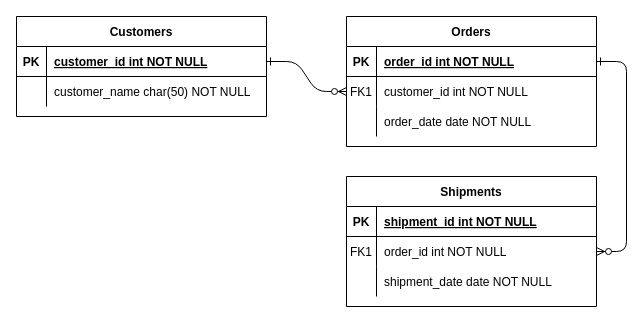
This is models/Untitled Diagram.drawio from alejomartinez8/delilah-resto-api, a draw.io file, before an edit. Source tidied: cells renumbered, new cells numbered last; positions are measured from the earlier drawing's top-left corner, leaving out a move shared by most shapes. Both pictures are drawn from the tidied source at 100%, with x=0, y=0 at pixel (16, 16).
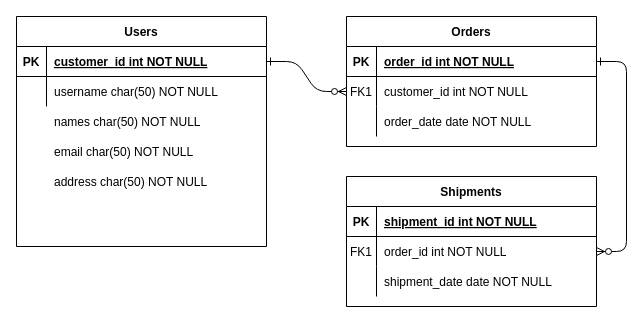
The same page after the edit.

The change refers to these unchanged cells:
```xml
<mxCell id="28" style="shape=partialRectangle;fillColor=none;top=0;left=0;right=0;bottom=0;" parent="24" vertex="1">
  <mxGeometry y="60" width="250" height="30" as="geometry" />
</mxCell>
```

Change to the diagram source:
```diff
@@
-    <mxCell id="24" value="Customers" style="shape=table;startSize=30;childLayout=tableLayout;rowLines=0;fontStyle=1;align=center;" parent="1" vertex="1">
-      <mxGeometry width="250" height="100" as="geometry" />
+    <mxCell id="24" value="Users" style="shape=table;startSize=30;childLayout=tableLayout;rowLines=0;fontStyle=1;align=center;" parent="1" vertex="1">
+      <mxGeometry width="250" height="230" as="geometry" />
     </mxCell>
@@
-    <mxCell id="30" value="customer_name char(50) NOT NULL" style="shape=partialRectangle;overflow=hidden;fillColor=none;top=0;left=0;bottom=0;right=0;align=left;spacingLeft=6;" parent="28" vertex="1">
+    <mxCell id="30" value="username char(50) NOT NULL" style="shape=partialRectangle;overflow=hidden;fillColor=none;top=0;left=0;bottom=0;right=0;align=left;spacingLeft=6;" parent="28" vertex="1">
       <mxGeometry x="30" width="220" height="30" as="geometry" />
     </mxCell>
+    <mxCell id="31" value="names char(50) NOT NULL" style="shape=partialRectangle;overflow=hidden;fillColor=none;top=0;left=0;bottom=0;right=0;align=left;spacingLeft=6;" parent="1" vertex="1">
+      <mxGeometry x="30" y="90" width="220" height="30" as="geometry" />
+    </mxCell>
+    <mxCell id="32" value="email char(50) NOT NULL" style="shape=partialRectangle;overflow=hidden;fillColor=none;top=0;left=0;bottom=0;right=0;align=left;spacingLeft=6;" parent="1" vertex="1">
+      <mxGeometry x="30" y="120" width="220" height="30" as="geometry" />
+    </mxCell>
+    <mxCell id="33" value="address char(50) NOT NULL" style="shape=partialRectangle;overflow=hidden;fillColor=none;top=0;left=0;bottom=0;right=0;align=left;spacingLeft=6;" parent="1" vertex="1">
+      <mxGeometry x="30" y="150" width="220" height="30" as="geometry" />
+    </mxCell>
```
